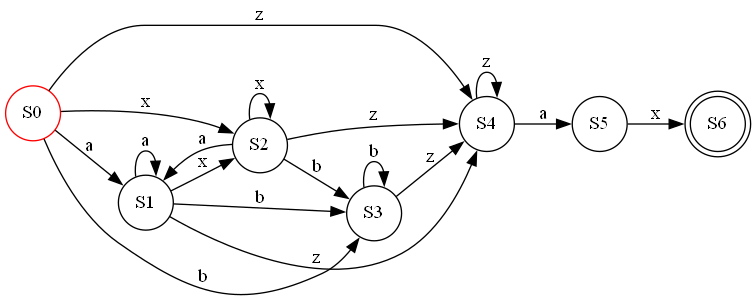
This is subsetConstruction.gv.png from esc20936/laboratorio1_Dise-oLenguajesDeProgramacion, a Graphviz export, as it was before one commit. Its source is kept beside it as subsetConstruction.gv.
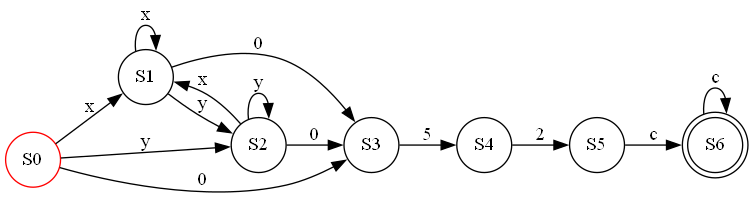
The same file after the commit.

Diff of the diagram source:
```diff
@@ -30,21 +30,17 @@
 	node [color=black shape=circle]
 	node [shape=doublecircle]
 	S6
-	S0 -> S1 [label=a]
-	S0 -> S2 [label=x]
-	S0 -> S3 [label=b]
-	S0 -> S4 [label=z]
-	S1 -> S1 [label=a]
-	S1 -> S2 [label=x]
-	S1 -> S3 [label=b]
-	S1 -> S4 [label=z]
-	S2 -> S1 [label=a]
-	S2 -> S2 [label=x]
-	S2 -> S3 [label=b]
-	S2 -> S4 [label=z]
-	S3 -> S3 [label=b]
-	S3 -> S4 [label=z]
-	S4 -> S5 [label=a]
-	S4 -> S4 [label=z]
-	S5 -> S6 [label=x]
+	S0 -> S1 [label=x]
+	S0 -> S2 [label=y]
+	S0 -> S3 [label=0]
+	S1 -> S1 [label=x]
+	S1 -> S2 [label=y]
+	S1 -> S3 [label=0]
+	S2 -> S1 [label=x]
+	S2 -> S2 [label=y]
+	S2 -> S3 [label=0]
+	S3 -> S4 [label=5]
+	S4 -> S5 [label=2]
+	S5 -> S6 [label=c]
+	S6 -> S6 [label=c]
 }
```
